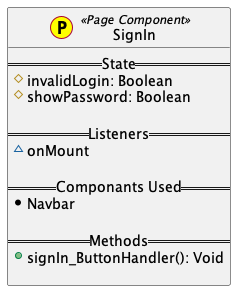
This is entry_system_website/UML_Diagrams/Pages/SignIn.png from grid-rider/Computer_Science_IA_EntrySystem_Website, a PlantUML export, as it was before one commit.
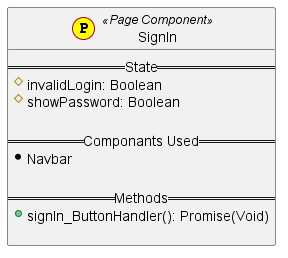
Above is the later version.

What changed in the source:
```diff
@@ -5,14 +5,11 @@
      #invalidLogin: Boolean
      #showPassword: Boolean
 
-    == Listeners ==
-     ~onMount
-
     == Componants Used ==
      *Navbar
 
     == Methods ==
-    +signIn_ButtonHandler(): Void
+    +signIn_ButtonHandler(): Promise(Void)
 
 }
 
```
